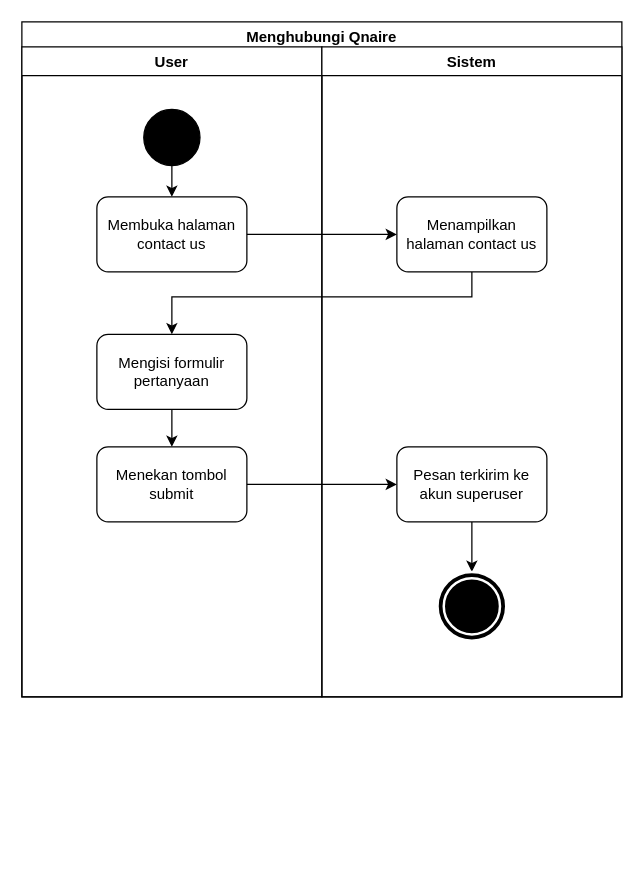
techie-jhs/thesis keeps this draw.io diagram as Diagram/Activity Diagram/2. contact qnaire.drawio. Above is the earlier version. Source tidied: cells renumbered, new cells numbered last; positions are measured from the earlier drawing's top-left corner, leaving out a move shared by most shapes. Both pictures are drawn from the tidied source at 125%, with x=0, y=0 at pixel (21, 21).
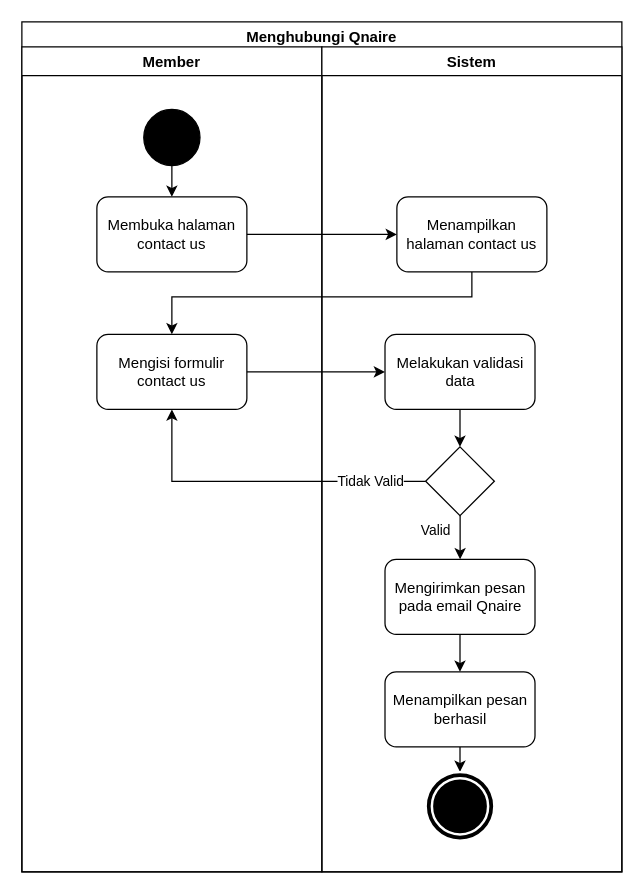
After the change.

Unchanged cells that the change refers to:
```xml
<mxCell id="11" value="Menampilkan halaman contact us" style="rounded=1;whiteSpace=wrap;html=1;fillColor=none;" parent="10" vertex="1">
  <mxGeometry x="60" y="120" width="120" height="60" as="geometry" />
</mxCell>
```

What changed in the source:
```diff
@@
     <mxCell id="2" value="Menghubungi Qnaire" style="swimlane;fillColor=none;" parent="1" vertex="1">
-      <mxGeometry width="480" height="540" as="geometry" />
+      <mxGeometry width="480" height="680" as="geometry" />
     </mxCell>
-    <mxCell id="3" value="User" style="swimlane;" parent="2" vertex="1">
-      <mxGeometry y="20" width="240" height="520" as="geometry" />
+    <mxCell id="3" value="Member" style="swimlane;startSize=23;" parent="2" vertex="1">
+      <mxGeometry y="20" width="240" height="660" as="geometry" />
     </mxCell>
@@
-    <mxCell id="7" style="edgeStyle=orthogonalEdgeStyle;rounded=0;jettySize=auto;html=1;" parent="3" edge="1" source="8" target="9">
-      <mxGeometry relative="1" as="geometry" />
-    </mxCell>
-    <mxCell id="8" value="Mengisi formulir pertanyaan" style="rounded=1;whiteSpace=wrap;html=1;fillColor=none;" parent="3" vertex="1">
-      <mxGeometry x="60" y="230" width="120" height="60" as="geometry" />
-    </mxCell>
-    <mxCell id="9" value="Menekan tombol submit" style="rounded=1;whiteSpace=wrap;html=1;fillColor=none;" parent="3" vertex="1">
-      <mxGeometry x="60" y="320" width="120" height="60" as="geometry" />
-    </mxCell>
     <mxCell id="10" value="Sistem" style="swimlane;" parent="2" vertex="1">
-      <mxGeometry x="240" y="20" width="240" height="520" as="geometry" />
+      <mxGeometry x="240" y="20" width="240" height="660" as="geometry" />
     </mxCell>
+    <mxCell id="18" style="edgeStyle=orthogonalEdgeStyle;rounded=0;jettySize=auto;html=1;" parent="10" edge="1" source="11" target="19">
+      <mxGeometry relative="1" as="geometry">
+        <Array as="points">
+          <mxPoint x="120" y="200" />
+          <mxPoint x="-120" y="200" />
+        </Array>
+      </mxGeometry>
+    </mxCell>
@@
-    <mxCell id="12" style="edgeStyle=orthogonalEdgeStyle;rounded=0;jettySize=auto;html=1;" parent="10" edge="1" source="13" target="14">
-      <mxGeometry relative="1" as="geometry" />
-    </mxCell>
-    <mxCell id="13" value="Pesan terkirim ke akun superuser" style="rounded=1;whiteSpace=wrap;html=1;fillColor=none;" parent="10" vertex="1">
-      <mxGeometry x="60" y="320" width="120" height="60" as="geometry" />
-    </mxCell>
+    <mxCell id="19" value="&lt;span&gt;Mengisi formulir contact us&lt;/span&gt;" style="rounded=1;whiteSpace=wrap;html=1;fillColor=none;" parent="10" vertex="1">
+      <mxGeometry x="-180" y="230" width="120" height="60" as="geometry" />
+    </mxCell>
+    <mxCell id="20" value="Melakukan validasi data" style="rounded=1;whiteSpace=wrap;html=1;fillColor=none;" parent="10" vertex="1">
+      <mxGeometry x="50.5" y="230" width="120" height="60" as="geometry" />
+    </mxCell>
+    <mxCell id="21" value="Valid" style="edgeStyle=orthogonalEdgeStyle;rounded=0;orthogonalLoop=1;jettySize=auto;html=1;" parent="10" edge="1">
+      <mxGeometry x="-0.33" y="-20" relative="1" as="geometry">
+        <mxPoint x="110.6" y="374.9" as="sourcePoint" />
+        <mxPoint x="110.6" y="410" as="targetPoint" />
+      </mxGeometry>
+    </mxCell>
+    <mxCell id="22" style="rhombus;whiteSpace=wrap;html=1;fillColor=none;" parent="10" vertex="1">
+      <mxGeometry x="83" y="320" width="55" height="55" as="geometry" />
+    </mxCell>
+    <mxCell id="23" style="edgeStyle=orthogonalEdgeStyle;rounded=0;jettySize=auto;html=1;" parent="10" edge="1" source="24" target="30">
+      <mxGeometry relative="1" as="geometry" />
+    </mxCell>
+    <mxCell id="24" value="Mengirimkan pesan pada email Qnaire" style="rounded=1;whiteSpace=wrap;html=1;fillColor=none;" parent="10" vertex="1">
+      <mxGeometry x="50.5" y="410" width="120" height="60" as="geometry" />
+    </mxCell>
+    <mxCell id="25" style="edgeStyle=orthogonalEdgeStyle;rounded=0;jettySize=auto;html=1;exitX=0;exitY=0.5;exitDx=0;exitDy=0;entryX=0.5;entryY=1;entryDx=0;entryDy=0;" parent="10" edge="1" source="22" target="19">
+      <mxGeometry relative="1" as="geometry" />
+    </mxCell>
+    <mxCell id="26" value="Tidak Valid" style="edgeLabel;html=1;align=center;verticalAlign=middle;" parent="25" vertex="1">
+      <mxGeometry x="-0.51" relative="1" as="geometry">
+        <mxPoint x="19" as="offset" />
+      </mxGeometry>
+    </mxCell>
+    <mxCell id="27" style="edgeStyle=orthogonalEdgeStyle;rounded=0;jettySize=auto;html=1;" parent="10" edge="1" source="20" target="22">
+      <mxGeometry relative="1" as="geometry" />
+    </mxCell>
+    <mxCell id="28" style="edgeStyle=orthogonalEdgeStyle;rounded=0;jettySize=auto;html=1;entryX=0;entryY=0.5;entryDx=0;entryDy=0;" parent="10" edge="1" source="19" target="20">
+      <mxGeometry relative="1" as="geometry" />
+    </mxCell>
+    <mxCell id="29" style="edgeStyle=orthogonalEdgeStyle;rounded=0;jettySize=auto;html=1;" parent="10" edge="1" source="30" target="14">
+      <mxGeometry relative="1" as="geometry" />
+    </mxCell>
+    <mxCell id="30" value="Menampilkan pesan berhasil" style="rounded=1;whiteSpace=wrap;html=1;fillColor=none;" parent="10" vertex="1">
+      <mxGeometry x="50.5" y="500" width="120" height="60" as="geometry" />
+    </mxCell>
     <mxCell id="14" style="ellipse;shape=doubleEllipse;whiteSpace=wrap;html=1;fillColor=#000000;strokeColor=#FFFFFF;strokeWidth=2;" parent="10" vertex="1">
-      <mxGeometry x="92.5" y="420" width="55" height="55" as="geometry" />
+      <mxGeometry x="83" y="580" width="55" height="55" as="geometry" />
     </mxCell>
@@
-    <mxCell id="16" style="edgeStyle=orthogonalEdgeStyle;rounded=0;jettySize=auto;html=1;" parent="2" edge="1" source="11" target="8">
-      <mxGeometry relative="1" as="geometry">
-        <Array as="points">
-          <mxPoint x="360" y="220" />
-          <mxPoint x="120" y="220" />
-        </Array>
-      </mxGeometry>
-    </mxCell>
-    <mxCell id="17" style="edgeStyle=orthogonalEdgeStyle;rounded=0;jettySize=auto;html=1;" parent="2" edge="1" source="9" target="13">
-      <mxGeometry relative="1" as="geometry" />
-    </mxCell>
```
